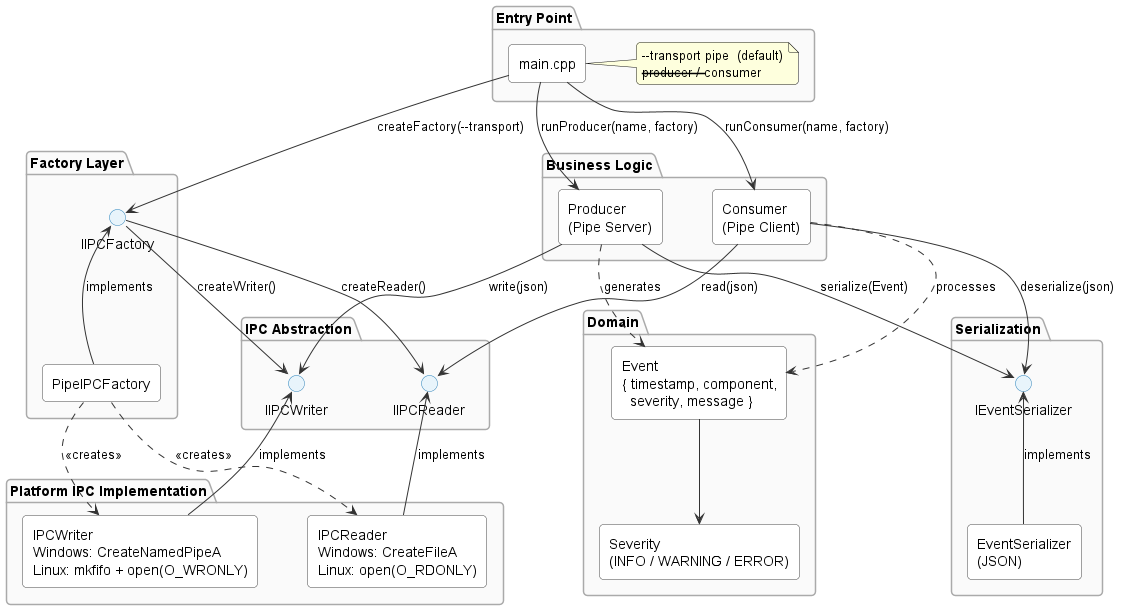
This is doc/uml/component_diagram/component_diagram.png from JonasDressner/event_system, a PlantUML export, as it was before one commit.
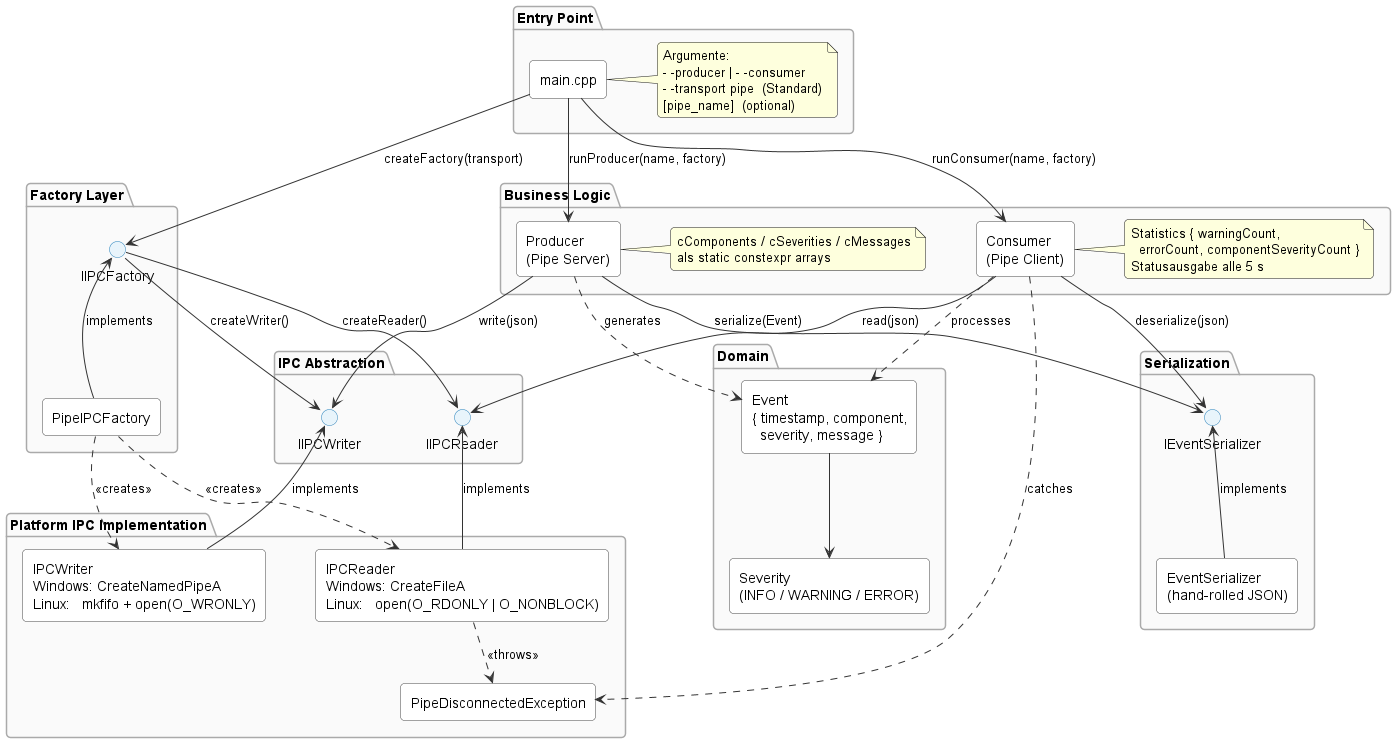
The same diagram one commit later.

Commit message:
complete uml docs, work on slides

Change to the diagram source:
```diff
@@ -25,8 +25,10 @@
 package "Entry Point" {
     component "main.cpp" as Main
     note right of Main
-        --transport pipe  (default)
-        --producer / --consumer
+        Argumente:
+        - -producer | - -consumer
+        - -transport pipe  (Standard)
+        [pipe_name]  (optional)
     end note
 }
 
@@ -39,6 +41,17 @@
 package "Business Logic" {
     component "Producer\n(Pipe Server)" as Producer
     component "Consumer\n(Pipe Client)" as Consumer
+
+    note right of Producer
+        cComponents / cSeverities / cMessages
+        als static constexpr arrays
+    end note
+
+    note right of Consumer
+        Statistics { warningCount,
+          errorCount, componentSeverityCount }
+        Statusausgabe alle 5 s
+    end note
 }
 
 package "IPC Abstraction" {
@@ -48,7 +61,7 @@
 
 package "Serialization" {
     interface "IEventSerializer" as ISerializer
-    component "EventSerializer\n(JSON)" as Serializer
+    component "EventSerializer\n(hand-rolled JSON)" as Serializer
     Serializer -up-> ISerializer : implements
 }
 
@@ -59,14 +72,17 @@
 }
 
 package "Platform IPC Implementation" {
-    component "IPCWriter\nWindows: CreateNamedPipeA\nLinux: mkfifo + open(O_WRONLY)" as IPCWriter
-    component "IPCReader\nWindows: CreateFileA\nLinux: open(O_RDONLY)" as IPCReader
+    component "IPCWriter\nWindows: CreateNamedPipeA\nLinux:   mkfifo + open(O_WRONLY)" as IPCWriter
+    component "IPCReader\nWindows: CreateFileA\nLinux:   open(O_RDONLY | O_NONBLOCK)" as IPCReader
+    component "PipeDisconnectedException" as PipeEx
+
     IPCWriter -up-> IWriter : implements
     IPCReader -up-> IReader : implements
+    IPCReader ..> PipeEx    : <<throws>>
 }
 
 
-Main     -down-> IFactory       : createFactory(--transport)
+Main     -down-> IFactory       : createFactory(transport)
 Main     -down-> Producer       : runProducer(name, factory)
 Main     -down-> Consumer       : runConsumer(name, factory)
 
@@ -82,5 +98,6 @@
 Consumer -down-> IReader        : read(json)
 Consumer -down-> ISerializer    : deserialize(json)
 Consumer ..> EventModel         : processes
+Consumer ..> PipeEx             : catches
 
 @enduml
```
